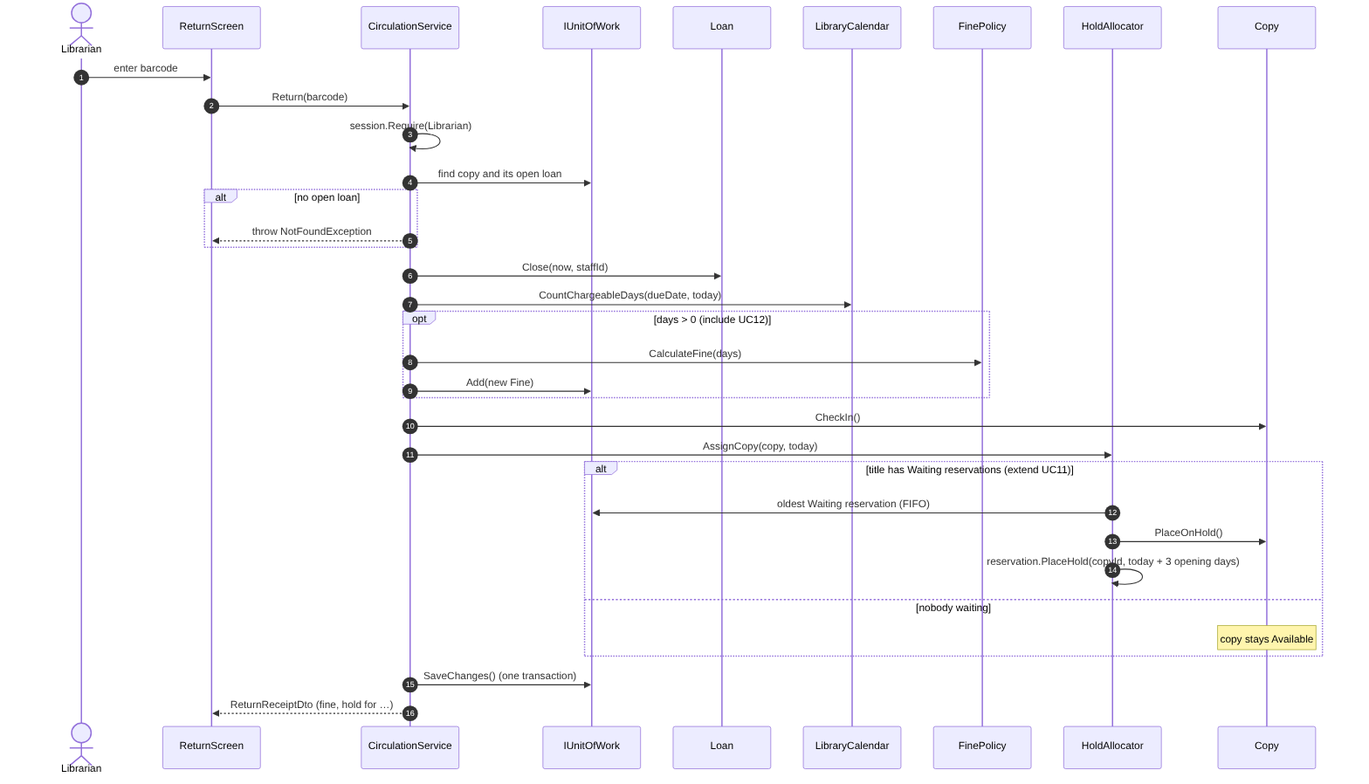
This is docs/design/diagrams/seq-return.png from gthanh06/261_72ITSE41704_-2474802010463-_-LibraryProject-, a Mermaid export, as it was before one commit. Its source is kept beside it as docs/design/diagrams/seq-return.mmd.
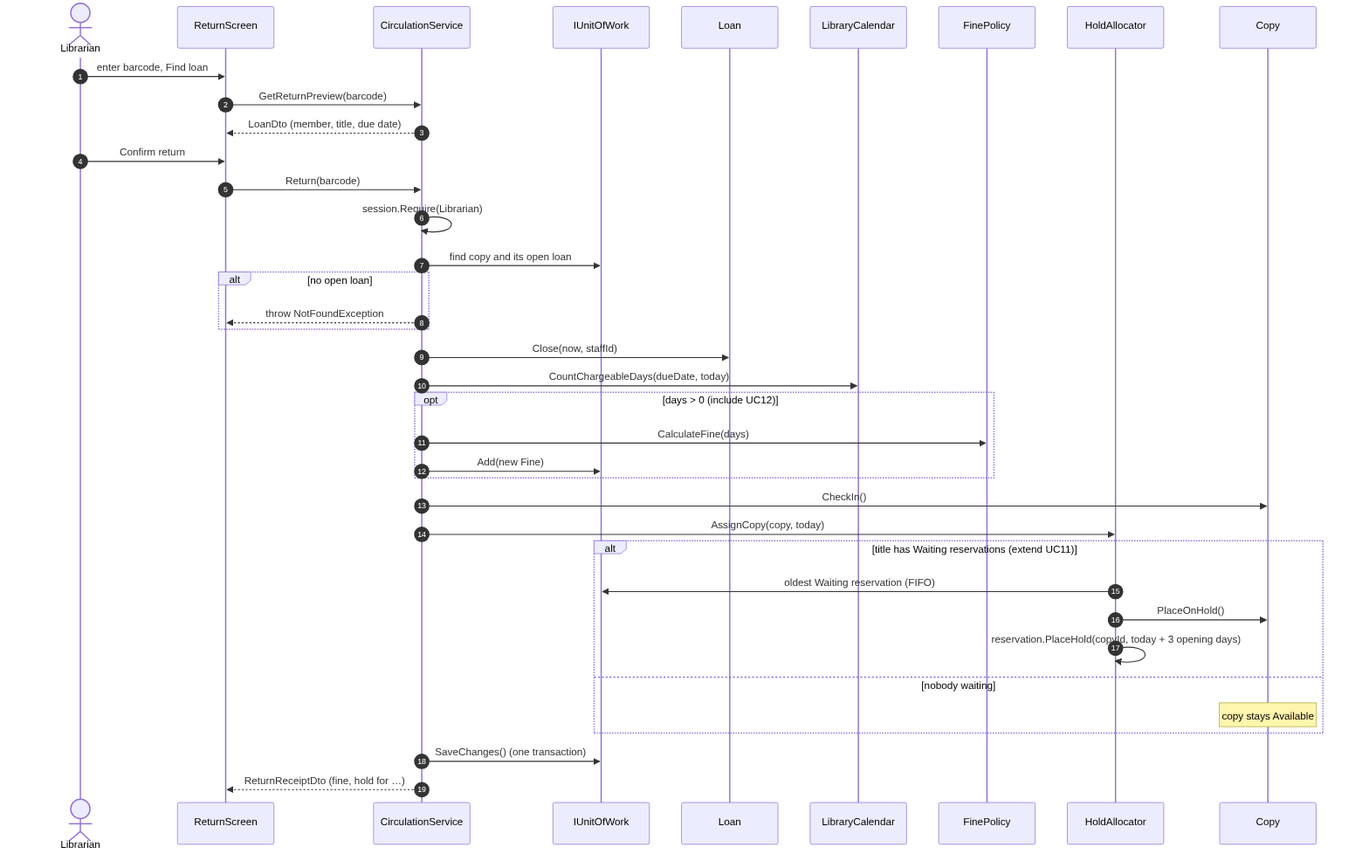
After the change.

Diff of the diagram source:
```diff
@@ -9,7 +9,10 @@
   participant FP as FinePolicy
   participant HA as HoldAllocator
   participant C as Copy
-  L->>UI: enter barcode
+  L->>UI: enter barcode, Find loan
+  UI->>CS: GetReturnPreview(barcode)
+  CS-->>UI: LoanDto (member, title, due date)
+  L->>UI: Confirm return
   UI->>CS: Return(barcode)
   CS->>CS: session.Require(Librarian)
   CS->>UoW: find copy and its open loan
```
